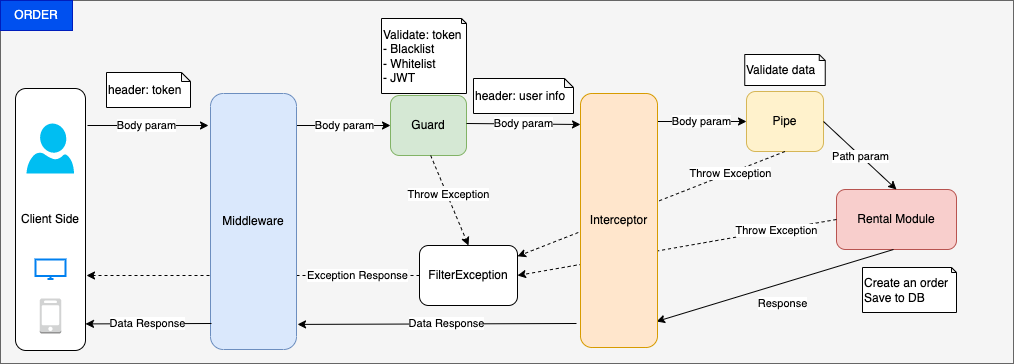
vnbrew/quynd-car-rent-nestjs keeps this draw.io diagram as Order.drawio.png. Above is the earlier version. Source tidied: cells renumbered, new cells last; positions are measured from the earlier drawing's top-left corner, leaving out a move shared by most shapes.
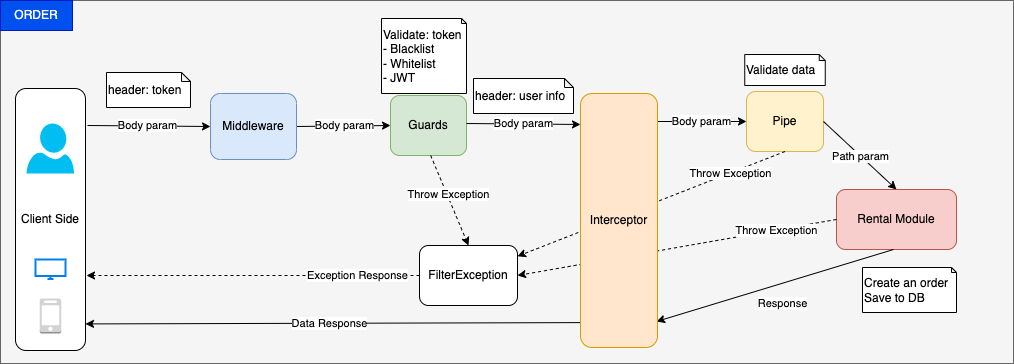
After the change.

Change to the diagram source:
```diff
@@ -13,16 +13,15 @@
     <mxCell id="4" value="Client Side" style="rounded=1;whiteSpace=wrap;html=1;" parent="1" vertex="1">
       <mxGeometry x="15" y="89" width="70" height="262" as="geometry" />
     </mxCell>
-    <mxCell id="5" value="Body param" style="endArrow=classic;html=1;rounded=0;" parent="1" edge="1">
+    <mxCell id="5" value="Body param" style="endArrow=classic;html=1;rounded=0;entryX=0;entryY=0.5;entryDx=0;entryDy=0;" parent="1" edge="1" target="29">
       <mxGeometry x="-0.02" relative="1" as="geometry">
         <mxPoint x="87" y="126" as="sourcePoint" />
-        <mxPoint x="208" y="126" as="targetPoint" />
       </mxGeometry>
     </mxCell>
-    <mxCell id="6" value="Guard" style="rounded=1;whiteSpace=wrap;html=1;fillColor=#d5e8d4;strokeColor=#82b366;" parent="1" vertex="1">
+    <mxCell id="6" value="Guards" style="rounded=1;whiteSpace=wrap;html=1;fillColor=#d5e8d4;strokeColor=#82b366;" parent="1" vertex="1">
       <mxGeometry x="390" y="96" width="76" height="60" as="geometry" />
     </mxCell>
-    <mxCell id="7" value="Body param" style="endArrow=classic;html=1;rounded=0;exitX=1;exitY=0.125;exitDx=0;exitDy=0;entryX=0;entryY=0.5;entryDx=0;entryDy=0;exitPerimeter=0;" parent="1" edge="1" source="29" target="6">
+    <mxCell id="7" value="Body param" style="endArrow=classic;html=1;rounded=0;exitX=1;exitY=0.5;exitDx=0;exitDy=0;entryX=0;entryY=0.5;entryDx=0;entryDy=0;" parent="1" edge="1" source="29" target="6">
       <mxGeometry x="0.02" relative="1" as="geometry" />
     </mxCell>
     <mxCell id="8" value="Body param" style="endArrow=classic;html=1;rounded=0;exitX=1;exitY=0.5;exitDx=0;exitDy=0;entryX=0;entryY=0.122;entryDx=0;entryDy=0;entryPerimeter=0;" parent="1" edge="1" target="31">
@@ -53,11 +52,6 @@
     <mxCell id="14" value="FilterException" style="rounded=1;whiteSpace=wrap;html=1;" parent="1" vertex="1">
       <mxGeometry x="419" y="246" width="98" height="60" as="geometry" />
     </mxCell>
-    <mxCell id="15" value="Data Response" style="endArrow=classic;html=1;rounded=0;exitX=0;exitY=0.5;exitDx=0;exitDy=0;entryX=1.012;entryY=0.902;entryDx=0;entryDy=0;entryPerimeter=0;" parent="1" edge="1" target="29">
-      <mxGeometry x="-0.07" relative="1" as="geometry">
-        <mxPoint x="576" y="324" as="sourcePoint" />
-      </mxGeometry>
-    </mxCell>
     <mxCell id="16" value="Exception Response" style="endArrow=classic;html=1;rounded=0;dashed=1;exitX=0;exitY=0.5;exitDx=0;exitDy=0;" parent="1" edge="1" source="14">
       <mxGeometry x="-0.63" relative="1" as="geometry">
         <mxPoint x="86" y="276" as="targetPoint" />
@@ -102,11 +96,10 @@
       <mxGeometry x="744.2" y="55" width="80.5" height="31" as="geometry" />
     </mxCell>
     <mxCell id="29" value="Middleware" style="rounded=1;whiteSpace=wrap;html=1;fillColor=#dae8fc;strokeColor=#6c8ebf;" parent="1" vertex="1">
-      <mxGeometry x="210" y="94" width="86" height="256" as="geometry" />
+      <mxGeometry x="210" y="94" width="86" height="66" as="geometry" />
     </mxCell>
-    <mxCell id="30" value="Data Response" style="endArrow=classic;html=1;rounded=0;entryX=1.012;entryY=0.902;entryDx=0;entryDy=0;entryPerimeter=0;" parent="1" edge="1">
+    <mxCell id="30" value="Data Response" style="endArrow=classic;html=1;rounded=0;entryX=1.012;entryY=0.902;entryDx=0;entryDy=0;entryPerimeter=0;exitX=0;exitY=0.902;exitDx=0;exitDy=0;exitPerimeter=0;" parent="1" edge="1" source="31">
       <mxGeometry x="0.02" relative="1" as="geometry">
-        <mxPoint x="211" y="324" as="sourcePoint" />
         <mxPoint x="85" y="324.4" as="targetPoint" />
       </mxGeometry>
     </mxCell>
```
